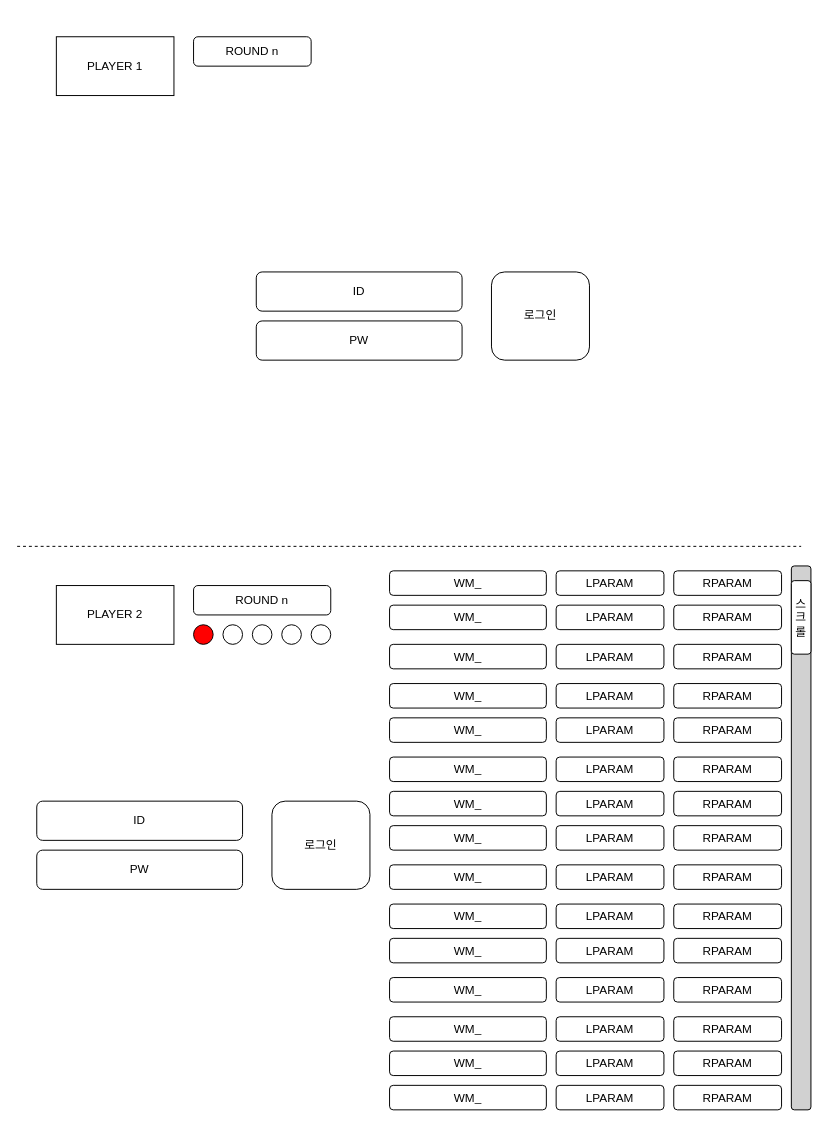
Above: page "design_defender" (1 of 4) of Untitled Diagram.drawio in yuhan-os-security/Journaling_game (draw.io), before the change. Source tidied: cells renumbered, new cells numbered last; positions are measured from the earlier drawing's top-left corner, leaving out a move shared by most shapes. Both pictures are drawn from the tidied source at 98%, with x=0, y=0 at pixel (17, 36).
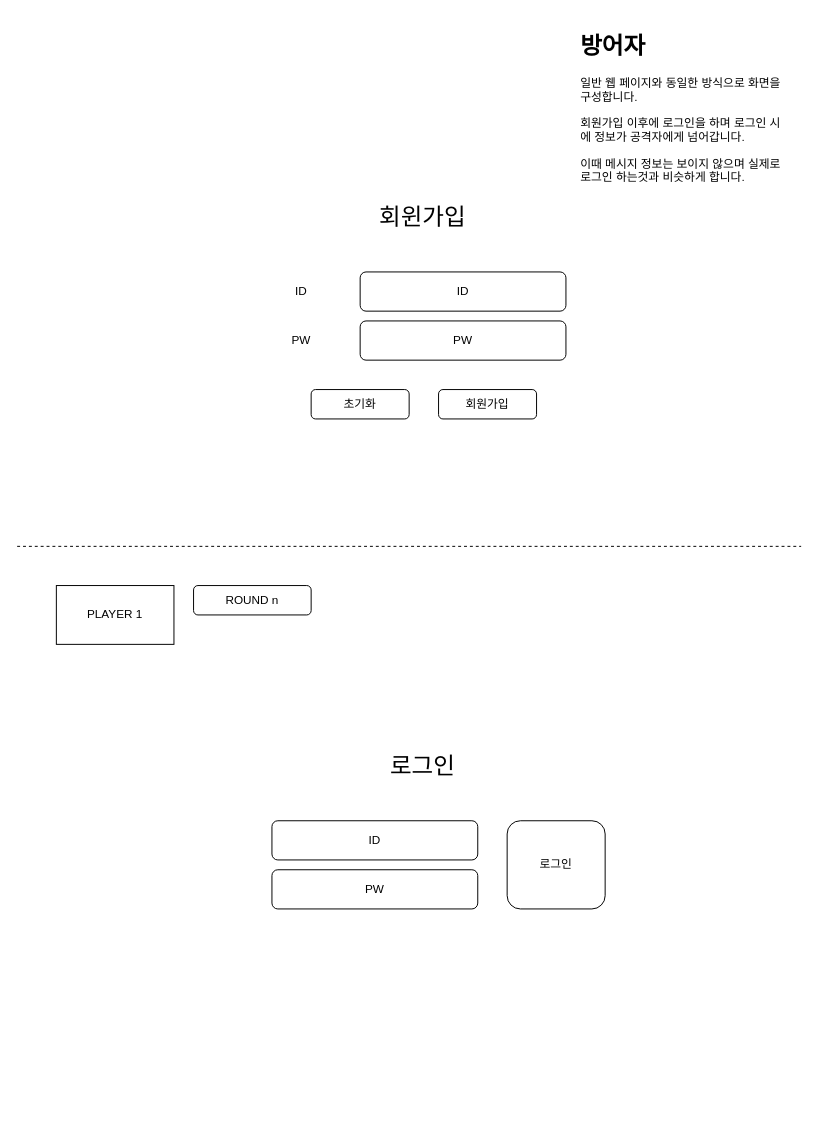
The same diagram, later.

The edit, as a diff of the source:
```diff
@@
     <mxCell id="2" value="ID" style="rounded=1;whiteSpace=wrap;html=1;" parent="1" vertex="1">
-      <mxGeometry x="244" y="240" width="210" height="40" as="geometry" />
+      <mxGeometry x="260" y="800" width="210" height="40" as="geometry" />
     </mxCell>
     <mxCell id="3" value="PW" style="rounded=1;whiteSpace=wrap;html=1;" parent="1" vertex="1">
-      <mxGeometry x="244" y="290" width="210" height="40" as="geometry" />
+      <mxGeometry x="260" y="850" width="210" height="40" as="geometry" />
     </mxCell>
     <mxCell id="4" value="로그인" style="rounded=1;whiteSpace=wrap;html=1;" parent="1" vertex="1">
-      <mxGeometry x="484" y="240" width="100" height="90" as="geometry" />
+      <mxGeometry x="500" y="800" width="100" height="90" as="geometry" />
     </mxCell>
@@
+    <mxCell id="56" value="PLAYER 1" style="rounded=0;whiteSpace=wrap;html=1;fillColor=#FFFFFF;" parent="1" vertex="1">
+      <mxGeometry x="40" y="560" width="120" height="60" as="geometry" />
+    </mxCell>
+    <mxCell id="59" value="ROUND n" style="rounded=1;whiteSpace=wrap;html=1;fillColor=#FFFFFF;" parent="1" vertex="1">
+      <mxGeometry x="180" y="560" width="120" height="30" as="geometry" />
+    </mxCell>
+    <mxCell id="65" value="&lt;h1&gt;방어자&lt;/h1&gt;&lt;p&gt;일반 웹 페이지와 동일한 방식으로 화면을 구성합니다.&lt;/p&gt;&lt;p&gt;회원가입 이후에 로그인을 하며 로그인 시에 정보가 공격자에게 넘어갑니다.&lt;/p&gt;&lt;p&gt;이때 메시지 정보는 보이지 않으며 실제로 로그인 하는것과 비슷하게 합니다.&lt;/p&gt;" style="text;html=1;strokeColor=none;fillColor=none;spacing=5;spacingTop=-20;whiteSpace=wrap;overflow=hidden;rounded=0;" parent="1" vertex="1">
+      <mxGeometry x="570" y="-10" width="220" height="190" as="geometry" />
+    </mxCell>
     <mxCell id="6" value="ID" style="rounded=1;whiteSpace=wrap;html=1;" parent="1" vertex="1">
-      <mxGeometry x="20" y="780" width="210" height="40" as="geometry" />
+      <mxGeometry x="350" y="240" width="210" height="40" as="geometry" />
     </mxCell>
     <mxCell id="7" value="PW" style="rounded=1;whiteSpace=wrap;html=1;" parent="1" vertex="1">
-      <mxGeometry x="20" y="830" width="210" height="40" as="geometry" />
+      <mxGeometry x="350" y="290" width="210" height="40" as="geometry" />
     </mxCell>
+    <mxCell id="66" value="회원가입" style="rounded=1;whiteSpace=wrap;html=1;" parent="1" vertex="1">
+      <mxGeometry x="430" y="360" width="100" height="30" as="geometry" />
+    </mxCell>
+    <mxCell id="67" value="ID" style="text;html=1;strokeColor=none;fillColor=none;align=center;verticalAlign=middle;whiteSpace=wrap;rounded=0;" parent="1" vertex="1">
+      <mxGeometry x="260" y="245" width="60" height="30" as="geometry" />
+    </mxCell>
+    <mxCell id="68" value="PW" style="text;html=1;strokeColor=none;fillColor=none;align=center;verticalAlign=middle;whiteSpace=wrap;rounded=0;" parent="1" vertex="1">
+      <mxGeometry x="260" y="295" width="60" height="30" as="geometry" />
+    </mxCell>
+    <mxCell id="69" value="초기화" style="rounded=1;whiteSpace=wrap;html=1;" parent="1" vertex="1">
+      <mxGeometry x="300" y="360" width="100" height="30" as="geometry" />
+    </mxCell>
+    <mxCell id="70" value="&lt;font style=&quot;font-size: 24px&quot;&gt;회윈가입&lt;/font&gt;" style="text;html=1;strokeColor=none;fillColor=none;align=center;verticalAlign=middle;whiteSpace=wrap;rounded=0;" parent="1" vertex="1">
+      <mxGeometry x="339" y="170" width="150" height="30" as="geometry" />
+    </mxCell>
-    <mxCell id="8" value="로그인" style="rounded=1;whiteSpace=wrap;html=1;" parent="1" vertex="1">
-      <mxGeometry x="260" y="780" width="100" height="90" as="geometry" />
+    <mxCell id="8" value="&lt;font style=&quot;font-size: 24px&quot;&gt;로그인&lt;/font&gt;" style="text;html=1;strokeColor=none;fillColor=none;align=center;verticalAlign=middle;whiteSpace=wrap;rounded=0;" parent="1" vertex="1">
+      <mxGeometry x="339" y="730" width="150" height="30" as="geometry" />
     </mxCell>
-    <mxCell id="9" value="WM_" style="rounded=1;whiteSpace=wrap;html=1;" parent="1" vertex="1">
-      <mxGeometry x="380" y="545" width="160" height="25" as="geometry" />
-    </mxCell>
-    <mxCell id="10" value="LPARAM" style="rounded=1;whiteSpace=wrap;html=1;" parent="1" vertex="1">
-      <mxGeometry x="550" y="545" width="110" height="25" as="geometry" />
-    </mxCell>
-    <mxCell id="11" value="RPARAM" style="rounded=1;whiteSpace=wrap;html=1;" parent="1" vertex="1">
-      <mxGeometry x="670" y="545" width="110" height="25" as="geometry" />
-    </mxCell>
-    <mxCell id="12" value="WM_" style="rounded=1;whiteSpace=wrap;html=1;" parent="1" vertex="1">
-      <mxGeometry x="380" y="580" width="160" height="25" as="geometry" />
-    </mxCell>
-    <mxCell id="13" value="LPARAM" style="rounded=1;whiteSpace=wrap;html=1;" parent="1" vertex="1">
-      <mxGeometry x="550" y="580" width="110" height="25" as="geometry" />
-    </mxCell>
-    <mxCell id="14" value="RPARAM" style="rounded=1;whiteSpace=wrap;html=1;" parent="1" vertex="1">
-      <mxGeometry x="670" y="580" width="110" height="25" as="geometry" />
-    </mxCell>
-    <mxCell id="15" value="WM_" style="rounded=1;whiteSpace=wrap;html=1;" parent="1" vertex="1">
-      <mxGeometry x="380" y="620" width="160" height="25" as="geometry" />
-    </mxCell>
-    <mxCell id="16" value="LPARAM" style="rounded=1;whiteSpace=wrap;html=1;" parent="1" vertex="1">
-      <mxGeometry x="550" y="620" width="110" height="25" as="geometry" />
-    </mxCell>
-    <mxCell id="17" value="RPARAM" style="rounded=1;whiteSpace=wrap;html=1;" parent="1" vertex="1">
-      <mxGeometry x="670" y="620" width="110" height="25" as="geometry" />
-    </mxCell>
-    <mxCell id="18" value="WM_" style="rounded=1;whiteSpace=wrap;html=1;" parent="1" vertex="1">
-      <mxGeometry x="380" y="660" width="160" height="25" as="geometry" />
-    </mxCell>
-    <mxCell id="19" value="LPARAM" style="rounded=1;whiteSpace=wrap;html=1;" parent="1" vertex="1">
-      <mxGeometry x="550" y="660" width="110" height="25" as="geometry" />
-    </mxCell>
-    <mxCell id="20" value="RPARAM" style="rounded=1;whiteSpace=wrap;html=1;" parent="1" vertex="1">
-      <mxGeometry x="670" y="660" width="110" height="25" as="geometry" />
-    </mxCell>
-    <mxCell id="21" value="WM_" style="rounded=1;whiteSpace=wrap;html=1;" parent="1" vertex="1">
-      <mxGeometry x="380" y="695" width="160" height="25" as="geometry" />
-    </mxCell>
-    <mxCell id="22" value="LPARAM" style="rounded=1;whiteSpace=wrap;html=1;" parent="1" vertex="1">
-      <mxGeometry x="550" y="695" width="110" height="25" as="geometry" />
-    </mxCell>
-    <mxCell id="23" value="RPARAM" style="rounded=1;whiteSpace=wrap;html=1;" parent="1" vertex="1">
-      <mxGeometry x="670" y="695" width="110" height="25" as="geometry" />
-    </mxCell>
-    <mxCell id="24" value="WM_" style="rounded=1;whiteSpace=wrap;html=1;" parent="1" vertex="1">
-      <mxGeometry x="380" y="735" width="160" height="25" as="geometry" />
-    </mxCell>
-    <mxCell id="25" value="LPARAM" style="rounded=1;whiteSpace=wrap;html=1;" parent="1" vertex="1">
-      <mxGeometry x="550" y="735" width="110" height="25" as="geometry" />
-    </mxCell>
-    <mxCell id="26" value="RPARAM" style="rounded=1;whiteSpace=wrap;html=1;" parent="1" vertex="1">
-      <mxGeometry x="670" y="735" width="110" height="25" as="geometry" />
-    </mxCell>
-    <mxCell id="27" value="WM_" style="rounded=1;whiteSpace=wrap;html=1;" parent="1" vertex="1">
-      <mxGeometry x="380" y="770" width="160" height="25" as="geometry" />
-    </mxCell>
-    <mxCell id="28" value="LPARAM" style="rounded=1;whiteSpace=wrap;html=1;" parent="1" vertex="1">
-      <mxGeometry x="550" y="770" width="110" height="25" as="geometry" />
-    </mxCell>
-    <mxCell id="29" value="RPARAM" style="rounded=1;whiteSpace=wrap;html=1;" parent="1" vertex="1">
-      <mxGeometry x="670" y="770" width="110" height="25" as="geometry" />
-    </mxCell>
-    <mxCell id="30" value="WM_" style="rounded=1;whiteSpace=wrap;html=1;" parent="1" vertex="1">
-      <mxGeometry x="380" y="805" width="160" height="25" as="geometry" />
-    </mxCell>
-    <mxCell id="31" value="LPARAM" style="rounded=1;whiteSpace=wrap;html=1;" parent="1" vertex="1">
-      <mxGeometry x="550" y="805" width="110" height="25" as="geometry" />
-    </mxCell>
-    <mxCell id="32" value="RPARAM" style="rounded=1;whiteSpace=wrap;html=1;" parent="1" vertex="1">
-      <mxGeometry x="670" y="805" width="110" height="25" as="geometry" />
-    </mxCell>
-    <mxCell id="33" value="WM_" style="rounded=1;whiteSpace=wrap;html=1;" parent="1" vertex="1">
-      <mxGeometry x="380" y="845" width="160" height="25" as="geometry" />
-    </mxCell>
-    <mxCell id="34" value="LPARAM" style="rounded=1;whiteSpace=wrap;html=1;" parent="1" vertex="1">
-      <mxGeometry x="550" y="845" width="110" height="25" as="geometry" />
-    </mxCell>
-    <mxCell id="35" value="RPARAM" style="rounded=1;whiteSpace=wrap;html=1;" parent="1" vertex="1">
-      <mxGeometry x="670" y="845" width="110" height="25" as="geometry" />
-    </mxCell>
-    <mxCell id="36" value="WM_" style="rounded=1;whiteSpace=wrap;html=1;" parent="1" vertex="1">
-      <mxGeometry x="380" y="885" width="160" height="25" as="geometry" />
-    </mxCell>
-    <mxCell id="37" value="LPARAM" style="rounded=1;whiteSpace=wrap;html=1;" parent="1" vertex="1">
-      <mxGeometry x="550" y="885" width="110" height="25" as="geometry" />
-    </mxCell>
-    <mxCell id="38" value="RPARAM" style="rounded=1;whiteSpace=wrap;html=1;" parent="1" vertex="1">
-      <mxGeometry x="670" y="885" width="110" height="25" as="geometry" />
-    </mxCell>
-    <mxCell id="39" value="WM_" style="rounded=1;whiteSpace=wrap;html=1;" parent="1" vertex="1">
-      <mxGeometry x="380" y="920" width="160" height="25" as="geometry" />
-    </mxCell>
-    <mxCell id="40" value="LPARAM" style="rounded=1;whiteSpace=wrap;html=1;" parent="1" vertex="1">
-      <mxGeometry x="550" y="920" width="110" height="25" as="geometry" />
-    </mxCell>
-    <mxCell id="41" value="RPARAM" style="rounded=1;whiteSpace=wrap;html=1;" parent="1" vertex="1">
-      <mxGeometry x="670" y="920" width="110" height="25" as="geometry" />
-    </mxCell>
-    <mxCell id="42" value="WM_" style="rounded=1;whiteSpace=wrap;html=1;" parent="1" vertex="1">
-      <mxGeometry x="380" y="960" width="160" height="25" as="geometry" />
-    </mxCell>
-    <mxCell id="43" value="LPARAM" style="rounded=1;whiteSpace=wrap;html=1;" parent="1" vertex="1">
-      <mxGeometry x="550" y="960" width="110" height="25" as="geometry" />
-    </mxCell>
-    <mxCell id="44" value="RPARAM" style="rounded=1;whiteSpace=wrap;html=1;" parent="1" vertex="1">
-      <mxGeometry x="670" y="960" width="110" height="25" as="geometry" />
-    </mxCell>
-    <mxCell id="45" value="WM_" style="rounded=1;whiteSpace=wrap;html=1;" parent="1" vertex="1">
-      <mxGeometry x="380" y="1000" width="160" height="25" as="geometry" />
-    </mxCell>
-    <mxCell id="46" value="LPARAM" style="rounded=1;whiteSpace=wrap;html=1;" parent="1" vertex="1">
-      <mxGeometry x="550" y="1000" width="110" height="25" as="geometry" />
-    </mxCell>
-    <mxCell id="47" value="RPARAM" style="rounded=1;whiteSpace=wrap;html=1;" parent="1" vertex="1">
-      <mxGeometry x="670" y="1000" width="110" height="25" as="geometry" />
-    </mxCell>
-    <mxCell id="48" value="WM_" style="rounded=1;whiteSpace=wrap;html=1;" parent="1" vertex="1">
-      <mxGeometry x="380" y="1035" width="160" height="25" as="geometry" />
-    </mxCell>
-    <mxCell id="49" value="LPARAM" style="rounded=1;whiteSpace=wrap;html=1;" parent="1" vertex="1">
-      <mxGeometry x="550" y="1035" width="110" height="25" as="geometry" />
-    </mxCell>
-    <mxCell id="50" value="RPARAM" style="rounded=1;whiteSpace=wrap;html=1;" parent="1" vertex="1">
-      <mxGeometry x="670" y="1035" width="110" height="25" as="geometry" />
-    </mxCell>
-    <mxCell id="51" value="WM_" style="rounded=1;whiteSpace=wrap;html=1;" parent="1" vertex="1">
-      <mxGeometry x="380" y="1070" width="160" height="25" as="geometry" />
-    </mxCell>
-    <mxCell id="52" value="LPARAM" style="rounded=1;whiteSpace=wrap;html=1;" parent="1" vertex="1">
-      <mxGeometry x="550" y="1070" width="110" height="25" as="geometry" />
-    </mxCell>
-    <mxCell id="53" value="RPARAM" style="rounded=1;whiteSpace=wrap;html=1;" parent="1" vertex="1">
-      <mxGeometry x="670" y="1070" width="110" height="25" as="geometry" />
-    </mxCell>
-    <mxCell id="54" style="rounded=1;whiteSpace=wrap;html=1;fillColor=#D1D1D1;" parent="1" vertex="1">
-      <mxGeometry x="790" y="540" width="20" height="555" as="geometry" />
-    </mxCell>
-    <mxCell id="55" value="스크롤" style="rounded=1;whiteSpace=wrap;html=1;" parent="1" vertex="1">
-      <mxGeometry x="790" y="555" width="20" height="75" as="geometry" />
-    </mxCell>
-    <mxCell id="56" value="PLAYER 1" style="rounded=0;whiteSpace=wrap;html=1;fillColor=#FFFFFF;" parent="1" vertex="1">
-      <mxGeometry x="40" width="120" height="60" as="geometry" />
-    </mxCell>
-    <mxCell id="57" value="PLAYER 2" style="rounded=0;whiteSpace=wrap;html=1;fillColor=#FFFFFF;" parent="1" vertex="1">
-      <mxGeometry x="40" y="560" width="120" height="60" as="geometry" />
-    </mxCell>
-    <mxCell id="58" value="ROUND n" style="rounded=1;whiteSpace=wrap;html=1;fillColor=#FFFFFF;" parent="1" vertex="1">
-      <mxGeometry x="180" y="560" width="140" height="30" as="geometry" />
-    </mxCell>
-    <mxCell id="59" value="ROUND n" style="rounded=1;whiteSpace=wrap;html=1;fillColor=#FFFFFF;" parent="1" vertex="1">
-      <mxGeometry x="180" width="120" height="30" as="geometry" />
-    </mxCell>
-    <mxCell id="60" style="ellipse;whiteSpace=wrap;html=1;fillColor=#FF0000;" parent="1" vertex="1">
-      <mxGeometry x="180" y="600" width="20" height="20" as="geometry" />
-    </mxCell>
-    <mxCell id="61" style="ellipse;whiteSpace=wrap;html=1;fillColor=#FFFFFF;" parent="1" vertex="1">
-      <mxGeometry x="210" y="600" width="20" height="20" as="geometry" />
-    </mxCell>
-    <mxCell id="62" style="ellipse;whiteSpace=wrap;html=1;fillColor=#FFFFFF;" parent="1" vertex="1">
-      <mxGeometry x="240" y="600" width="20" height="20" as="geometry" />
-    </mxCell>
-    <mxCell id="63" style="ellipse;whiteSpace=wrap;html=1;fillColor=#FFFFFF;" parent="1" vertex="1">
-      <mxGeometry x="270" y="600" width="20" height="20" as="geometry" />
-    </mxCell>
-    <mxCell id="64" style="ellipse;whiteSpace=wrap;html=1;fillColor=#FFFFFF;" parent="1" vertex="1">
-      <mxGeometry x="300" y="600" width="20" height="20" as="geometry" />
-    </mxCell>
```
